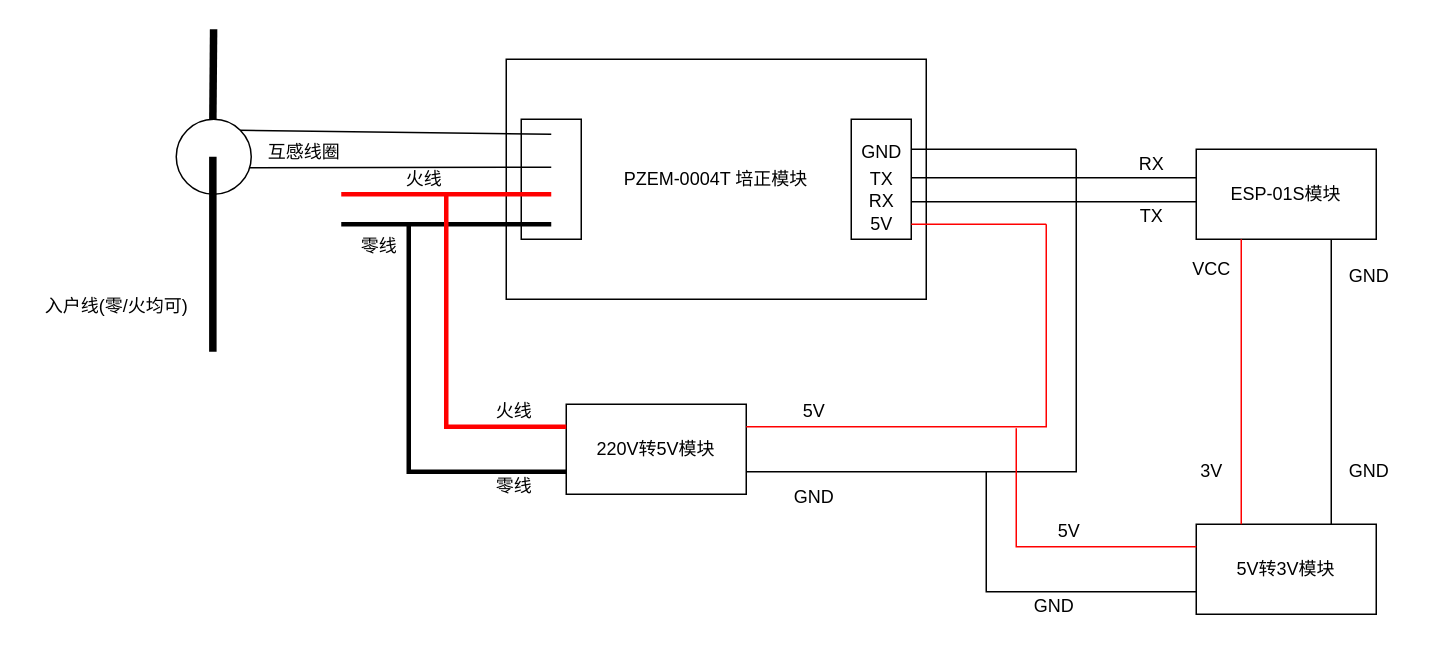
Above: 培正接线图.drawio in helloworlde/pzem-004t (draw.io), before the change. Source tidied: cells renumbered, new cells numbered last; positions are measured from the earlier drawing's top-left corner, leaving out a move shared by most shapes. Both pictures are drawn from the tidied source at 150%, with x=0, y=0 at pixel (26, 28).
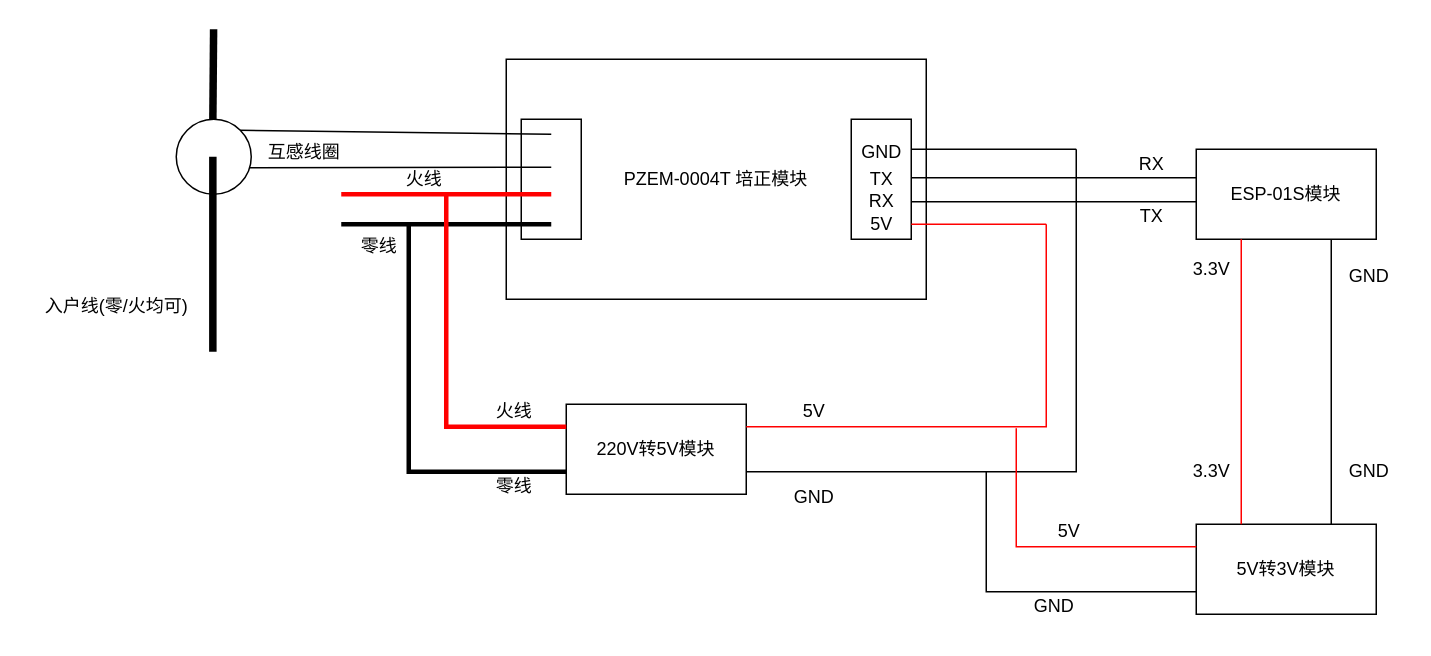
After the change.

Commit message (it also covers changes not shown here):
更新培正接线图.drawio

Diff of the diagram source:
```diff
@@
-    <mxCell id="41" value="3V" style="text;html=1;align=center;verticalAlign=middle;strokeColor=none;fillColor=none;" parent="1" vertex="1">
-      <mxGeometry x="770" y="280" width="40" height="30" as="geometry" />
+    <mxCell id="41" value="3.3V" style="text;html=1;align=center;verticalAlign=middle;strokeColor=none;fillColor=none;" parent="1" vertex="1">
+      <mxGeometry x="765" y="280" width="50" height="30" as="geometry" />
     </mxCell>
@@
-    <mxCell id="43" value="VCC" style="text;html=1;align=center;verticalAlign=middle;strokeColor=none;fillColor=none;" parent="1" vertex="1">
+    <mxCell id="43" value="3.3V" style="text;html=1;align=center;verticalAlign=middle;strokeColor=none;fillColor=none;" parent="1" vertex="1">
       <mxGeometry x="765" y="145" width="50" height="30" as="geometry" />
     </mxCell>
```
